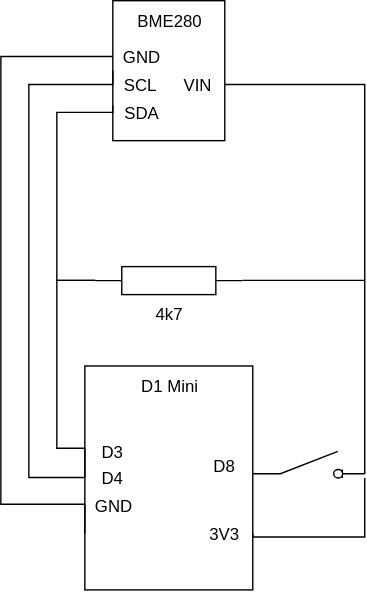
Above: documentation/Schematic.svg in Jerey/weatherstation-client (draw.io), before the change. Source tidied: cells renumbered, new cells last; positions are measured from the earlier drawing's top-left corner, leaving out a move shared by most shapes. Source of this version:
```xml
<mxGraphModel background="#ffffff">
  <root>
    <mxCell id="0" />
    <mxCell id="1" parent="0" />
    <mxCell id="2" style="edgeStyle=orthogonalEdgeStyle;rounded=0;jettySize=auto;html=1;endArrow=none;endFill=0;" parent="1" edge="1" source="3">
      <mxGeometry relative="1" as="geometry">
        <mxPoint x="260" y="200" as="targetPoint" />
        <Array as="points">
          <mxPoint x="260" y="60" />
        </Array>
      </mxGeometry>
    </mxCell>
    <mxCell id="3" value="BME280&lt;br&gt;" style="rounded=0;whiteSpace=wrap;html=1;align=center;verticalAlign=top;" parent="1" vertex="1">
      <mxGeometry x="80" width="80" height="100" as="geometry" />
    </mxCell>
    <mxCell id="4" style="edgeStyle=orthogonalEdgeStyle;rounded=0;jettySize=auto;html=1;entryX=0;entryY=0.5;entryDx=0;entryDy=0;endArrow=none;endFill=0;exitX=0.007;exitY=0.58;exitDx=0;exitDy=0;exitPerimeter=0;" parent="1" edge="1" source="5" target="3">
      <mxGeometry relative="1" as="geometry">
        <Array as="points">
          <mxPoint x="61" y="341" />
          <mxPoint x="20" y="341" />
          <mxPoint x="20" y="60" />
          <mxPoint x="80" y="60" />
        </Array>
      </mxGeometry>
    </mxCell>
    <mxCell id="5" value="D1 Mini&lt;br&gt;" style="rounded=0;whiteSpace=wrap;html=1;verticalAlign=top;" parent="1" vertex="1">
      <mxGeometry x="60" y="261" width="120" height="160" as="geometry" />
    </mxCell>
    <mxCell id="6" style="edgeStyle=orthogonalEdgeStyle;rounded=0;jettySize=auto;html=1;entryX=1;entryY=0.5;entryDx=0;entryDy=0;endArrow=none;endFill=0;" parent="1" edge="1" source="7" target="16">
      <mxGeometry relative="1" as="geometry">
        <Array as="points">
          <mxPoint x="260" y="383" />
          <mxPoint x="180" y="383" />
        </Array>
      </mxGeometry>
    </mxCell>
    <mxCell id="7" style="verticalLabelPosition=bottom;shadow=0;dashed=0;align=center;fillColor=#ffffff;html=1;verticalAlign=top;strokeWidth=1;shape=mxgraph.electrical.electro-mechanical.switch_disconnector;" parent="1" vertex="1">
      <mxGeometry x="180" y="322" width="80" height="19" as="geometry" />
    </mxCell>
    <mxCell id="8" style="edgeStyle=orthogonalEdgeStyle;rounded=0;jettySize=auto;html=1;exitX=0;exitY=0.5;exitDx=0;exitDy=0;exitPerimeter=0;entryX=0;entryY=0.5;entryDx=0;entryDy=0;endArrow=none;endFill=0;" parent="1" edge="1" source="11" target="5">
      <mxGeometry relative="1" as="geometry">
        <Array as="points">
          <mxPoint x="40" y="200" />
          <mxPoint x="40" y="320" />
          <mxPoint x="60" y="320" />
        </Array>
      </mxGeometry>
    </mxCell>
    <mxCell id="9" style="edgeStyle=orthogonalEdgeStyle;rounded=0;jettySize=auto;html=1;entryX=1;entryY=0.845;entryDx=0;entryDy=0;entryPerimeter=0;endArrow=none;endFill=0;exitX=1;exitY=0.5;exitDx=0;exitDy=0;exitPerimeter=0;" parent="1" edge="1" source="11" target="7">
      <mxGeometry relative="1" as="geometry">
        <Array as="points">
          <mxPoint x="260" y="320" />
          <mxPoint x="260" y="320" />
        </Array>
      </mxGeometry>
    </mxCell>
    <mxCell id="10" style="edgeStyle=orthogonalEdgeStyle;rounded=0;jettySize=auto;html=1;entryX=0;entryY=0.75;entryDx=0;entryDy=0;endArrow=none;endFill=0;exitX=0;exitY=0.5;exitDx=0;exitDy=0;exitPerimeter=0;" parent="1" edge="1" source="11" target="3">
      <mxGeometry relative="1" as="geometry">
        <Array as="points">
          <mxPoint x="40" y="200" />
          <mxPoint x="40" y="80" />
          <mxPoint x="80" y="80" />
        </Array>
      </mxGeometry>
    </mxCell>
    <mxCell id="11" value="4k7" style="verticalLabelPosition=bottom;shadow=0;dashed=0;align=center;fillColor=#ffffff;html=1;verticalAlign=top;strokeWidth=1;shape=mxgraph.electrical.resistors.resistor_1;" parent="1" vertex="1">
      <mxGeometry x="67.5" y="190" width="105" height="20" as="geometry" />
    </mxCell>
    <mxCell id="12" value="VIN&lt;br&gt;" style="text;html=1;strokeColor=none;fillColor=none;align=center;verticalAlign=middle;whiteSpace=wrap;rounded=0;" parent="1" vertex="1">
      <mxGeometry x="120" y="50" width="40" height="20" as="geometry" />
    </mxCell>
    <mxCell id="13" style="edgeStyle=orthogonalEdgeStyle;rounded=0;jettySize=auto;html=1;entryX=0;entryY=0.75;entryDx=0;entryDy=0;endArrow=none;endFill=0;" parent="1" edge="1" source="14" target="5">
      <mxGeometry relative="1" as="geometry">
        <Array as="points">
          <mxPoint y="40" />
          <mxPoint y="360" />
          <mxPoint x="60" y="360" />
        </Array>
      </mxGeometry>
    </mxCell>
    <mxCell id="14" value="GND" style="text;html=1;strokeColor=none;fillColor=none;align=center;verticalAlign=middle;whiteSpace=wrap;rounded=0;" parent="1" vertex="1">
      <mxGeometry x="80" y="30" width="40" height="20" as="geometry" />
    </mxCell>
    <mxCell id="15" value="D8" style="text;html=1;strokeColor=none;fillColor=none;align=center;verticalAlign=middle;whiteSpace=wrap;rounded=0;" parent="1" vertex="1">
      <mxGeometry x="140" y="322" width="40" height="20" as="geometry" />
    </mxCell>
    <mxCell id="16" value="3V3" style="text;html=1;strokeColor=none;fillColor=none;align=center;verticalAlign=middle;whiteSpace=wrap;rounded=0;" parent="1" vertex="1">
      <mxGeometry x="140" y="371" width="40" height="20" as="geometry" />
    </mxCell>
    <mxCell id="17" value="D3" style="text;html=1;strokeColor=none;fillColor=none;align=center;verticalAlign=middle;whiteSpace=wrap;rounded=0;" parent="1" vertex="1">
      <mxGeometry x="60" y="311.5" width="40" height="20" as="geometry" />
    </mxCell>
    <mxCell id="18" value="D4" style="text;html=1;strokeColor=none;fillColor=none;align=center;verticalAlign=middle;whiteSpace=wrap;rounded=0;" parent="1" vertex="1">
      <mxGeometry x="60" y="331" width="40" height="20" as="geometry" />
    </mxCell>
    <mxCell id="19" value="SDA" style="text;html=1;strokeColor=none;fillColor=none;align=center;verticalAlign=middle;whiteSpace=wrap;rounded=0;" parent="1" vertex="1">
      <mxGeometry x="80" y="70" width="40" height="20" as="geometry" />
    </mxCell>
    <mxCell id="20" value="SCL&lt;br&gt;" style="text;html=1;strokeColor=none;fillColor=none;align=center;verticalAlign=middle;whiteSpace=wrap;rounded=0;" parent="1" vertex="1">
      <mxGeometry x="80" y="50" width="40" height="20" as="geometry" />
    </mxCell>
    <mxCell id="21" value="GND" style="text;html=1;strokeColor=none;fillColor=none;align=center;verticalAlign=middle;whiteSpace=wrap;rounded=0;" parent="1" vertex="1">
      <mxGeometry x="60" y="351" width="40" height="20" as="geometry" />
    </mxCell>
  </root>
</mxGraphModel>
```
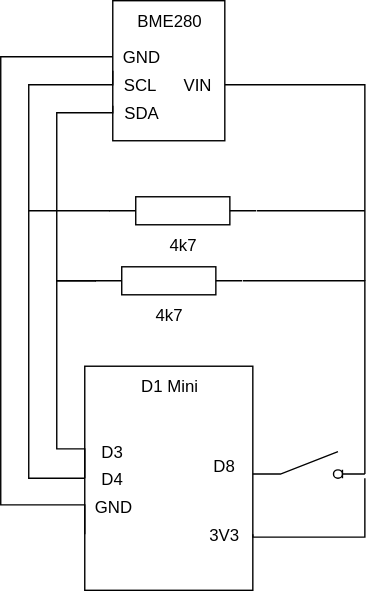
Later version of the same file.

Commit message:
Add missing resistor for the schematic.

Change to the diagram source:
```diff
@@ -102,5 +102,18 @@
     <mxCell id="21" value="GND" style="text;html=1;strokeColor=none;fillColor=none;align=center;verticalAlign=middle;whiteSpace=wrap;rounded=0;" parent="1" vertex="1">
       <mxGeometry x="60" y="351" width="40" height="20" as="geometry" />
     </mxCell>
+    <mxCell id="22" style="edgeStyle=orthogonalEdgeStyle;rounded=0;jettySize=auto;html=1;exitX=1;exitY=0.5;exitDx=0;exitDy=0;exitPerimeter=0;endArrow=none;endFill=0;" parent="1" edge="1" source="24">
+      <mxGeometry relative="1" as="geometry">
+        <mxPoint x="260" y="150" as="targetPoint" />
+      </mxGeometry>
+    </mxCell>
+    <mxCell id="23" style="edgeStyle=orthogonalEdgeStyle;rounded=0;jettySize=auto;html=1;exitX=0;exitY=0.5;exitDx=0;exitDy=0;exitPerimeter=0;endArrow=none;endFill=0;" parent="1" edge="1" source="24">
+      <mxGeometry relative="1" as="geometry">
+        <mxPoint x="20" y="150" as="targetPoint" />
+      </mxGeometry>
+    </mxCell>
+    <mxCell id="24" value="4k7" style="verticalLabelPosition=bottom;shadow=0;dashed=0;align=center;fillColor=#ffffff;html=1;verticalAlign=top;strokeWidth=1;shape=mxgraph.electrical.resistors.resistor_1;" parent="1" vertex="1">
+      <mxGeometry x="77.5" y="140" width="105" height="20" as="geometry" />
+    </mxCell>
   </root>
 </mxGraphModel>
```
